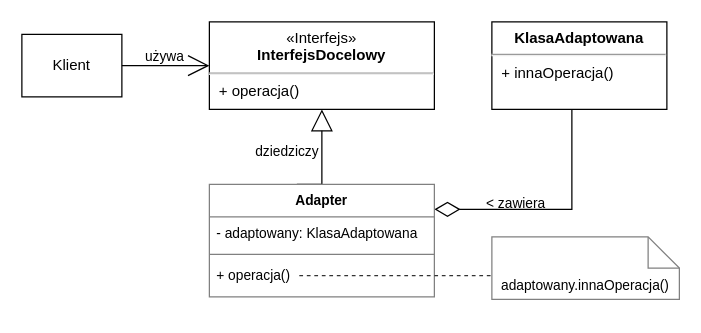
Above: wzorce-projektowe/adapter-obiektowy.drawio.xml in p-programowanie/diagramy-uml (draw.io), before the change. Source tidied: cells renumbered, new cells numbered last; positions are measured from the earlier drawing's top-left corner, leaving out a move shared by most shapes. Both pictures are drawn from the tidied source at 125%, with x=0, y=0 at pixel (21, 21).
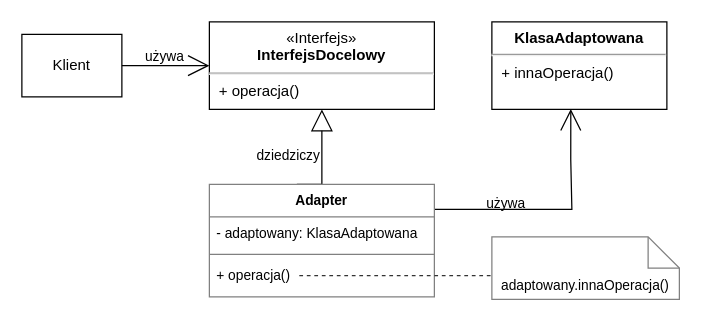
Above is the later version.

Unchanged cells that the change refers to:
```xml
<mxCell id="7" value="&lt;p style=&quot;margin:0px;margin-top:6px;text-align:center;&quot;&gt;&lt;b&gt;KlasaAdaptowana&lt;/b&gt;&lt;/p&gt;&lt;hr&gt;&lt;p style=&quot;margin:0px;margin-left:8px;&quot;&gt;+ innaOperacja()&lt;/p&gt;" style="align=left;overflow=fill;html=1;labelBackgroundColor=none;" parent="1" vertex="1">
  <mxGeometry x="376" width="140" height="70" as="geometry" />
</mxCell>
<mxCell id="8" style="edgeStyle=orthogonalEdgeStyle;rounded=0;jettySize=auto;html=1;entryX=0.5;entryY=1;entryDx=0;entryDy=0;strokeWidth=1;endArrow=block;endFill=0;endSize=15;" parent="1" edge="1" target="5">
  <mxGeometry relative="1" as="geometry">
    <mxPoint x="220" y="130" as="sourcePoint" />
    <Array as="points">
      <mxPoint x="240" y="130" />
    </Array>
  </mxGeometry>
</mxCell>
<mxCell id="12" value="Adapter" style="swimlane;fontStyle=1;align=center;verticalAlign=top;horizontal=1;startSize=26;labelBackgroundColor=none;strokeColor=#808080;fontFamily=Helvetica;fontSize=11;fontColor=default;" parent="1" vertex="1">
  <mxGeometry x="150" y="130" width="180" height="90" as="geometry" />
</mxCell>
```

The edit, as a diff of the source:
```diff
@@
-    <mxCell id="6" style="edgeStyle=orthogonalEdgeStyle;shape=connector;rounded=0;jettySize=auto;html=1;labelBackgroundColor=default;strokeColor=default;strokeWidth=1;fontFamily=Helvetica;fontSize=11;fontColor=default;endArrow=diamondThin;endFill=0;endSize=18;exitX=0.5;exitY=1;exitDx=0;exitDy=0;entryX=1;entryY=0.222;entryDx=0;entryDy=0;entryPerimeter=0;" parent="1" edge="1" source="7" target="12">
+    <mxCell id="6" style="edgeStyle=orthogonalEdgeStyle;shape=connector;rounded=0;jettySize=auto;html=1;labelBackgroundColor=default;strokeColor=default;strokeWidth=1;fontFamily=Helvetica;fontSize=11;fontColor=default;endArrow=none;endFill=0;endSize=15;entryX=1;entryY=0.222;entryDx=0;entryDy=0;entryPerimeter=0;startArrow=open;startFill=0;exitX=0.451;exitY=0.997;exitDx=0;exitDy=0;exitPerimeter=0;startSize=15;" parent="1" edge="1" source="7" target="12">
       <mxGeometry relative="1" as="geometry">
         <Array as="points">
-          <mxPoint x="440" y="70" />
+          <mxPoint x="439" y="110" />
+          <mxPoint x="440" y="110" />
           <mxPoint x="440" y="150" />
         </Array>
       </mxGeometry>
     </mxCell>
@@
-    <mxCell id="9" value="dziedziczy" style="edgeLabel;html=1;align=center;verticalAlign=middle;labelBackgroundColor=none;" parent="8" vertex="1">
+    <mxCell id="9" value="używa" style="edgeLabel;html=1;align=center;verticalAlign=middle;labelBackgroundColor=none;" parent="8" vertex="1">
       <mxGeometry x="0.31" y="-4" relative="1" as="geometry">
-        <mxPoint x="-33" y="5" as="offset" />
+        <mxPoint x="142" y="46" as="offset" />
       </mxGeometry>
     </mxCell>
@@
-    <mxCell id="16" value="&amp;lt; zawiera" style="text;html=1;align=center;verticalAlign=middle;strokeColor=none;fillColor=none;fontSize=11;fontFamily=Helvetica;fontColor=default;" parent="1" vertex="1">
-      <mxGeometry x="360" y="130" width="70" height="30" as="geometry" />
-    </mxCell>
@@
+    <mxCell id="18" value="dziedziczy" style="edgeLabel;html=1;align=center;verticalAlign=middle;labelBackgroundColor=none;" parent="1" vertex="1">
+      <mxGeometry x="212" y="106" as="geometry" />
+    </mxCell>
```
